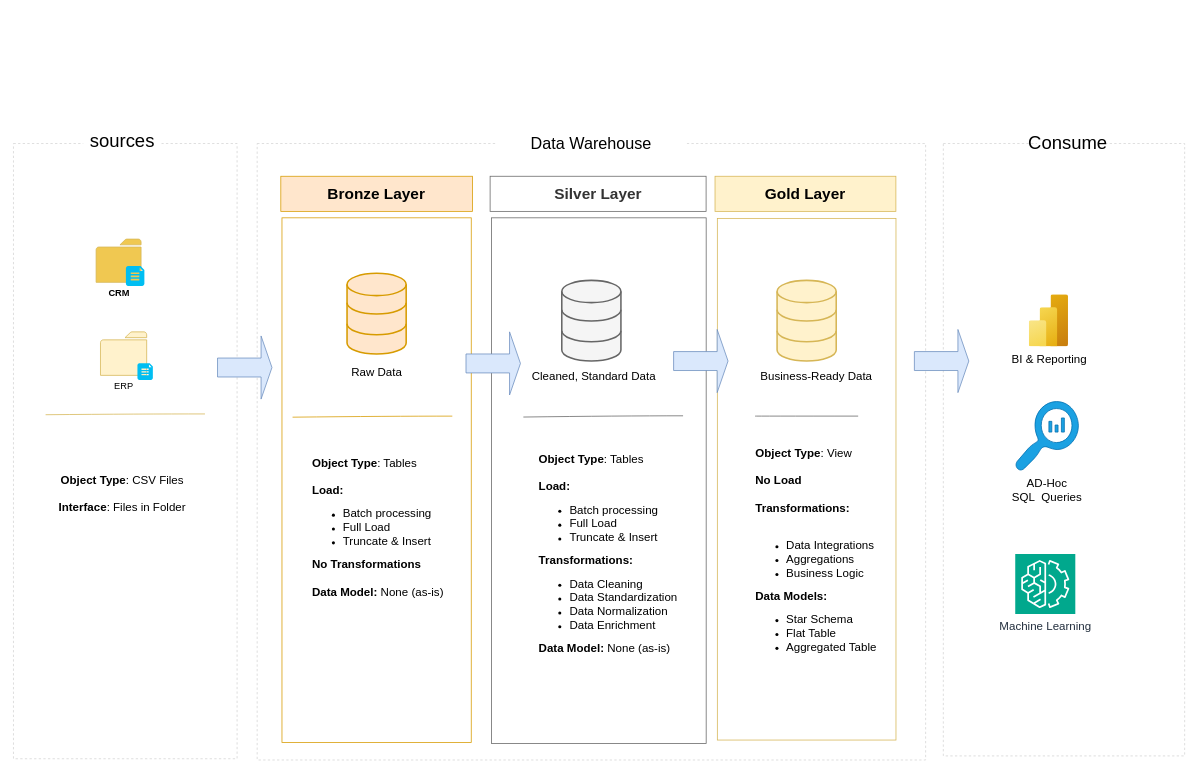
Before: Untitled Diagram.drawio in jaasamoah/sql-datawarehouse-project, a draw.io diagram. Source tidied: cells renumbered, new cells numbered last; positions are measured from the earlier drawing's top-left corner, leaving out a move shared by most shapes. Both pictures are drawn from the tidied source at 77%, with x=0, y=0 at pixel (13, 116).
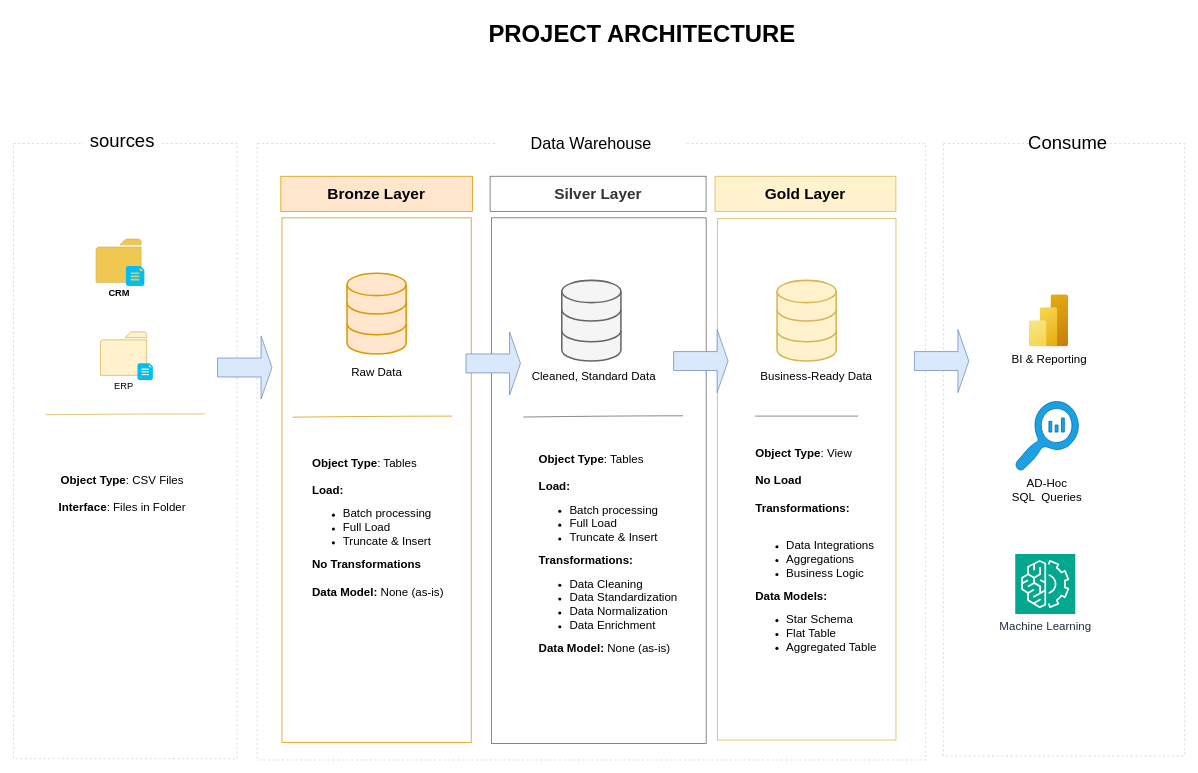
The same page after the edit.

Diff of the diagram source:
```diff
@@
-<mxGraphModel>
+<mxGraphModel background="#ffffff">
@@
+    <mxCell id="40" value="&lt;b&gt;&lt;font style=&quot;font-size: 31px;&quot;&gt;PROJECT ARCHITECTURE&lt;/font&gt;&lt;/b&gt;" style="text;html=1;align=center;verticalAlign=middle;whiteSpace=wrap;rounded=0;" parent="1" vertex="1">
+      <mxGeometry x="391.7" y="-134" width="849" height="52" as="geometry" />
+    </mxCell>
```
